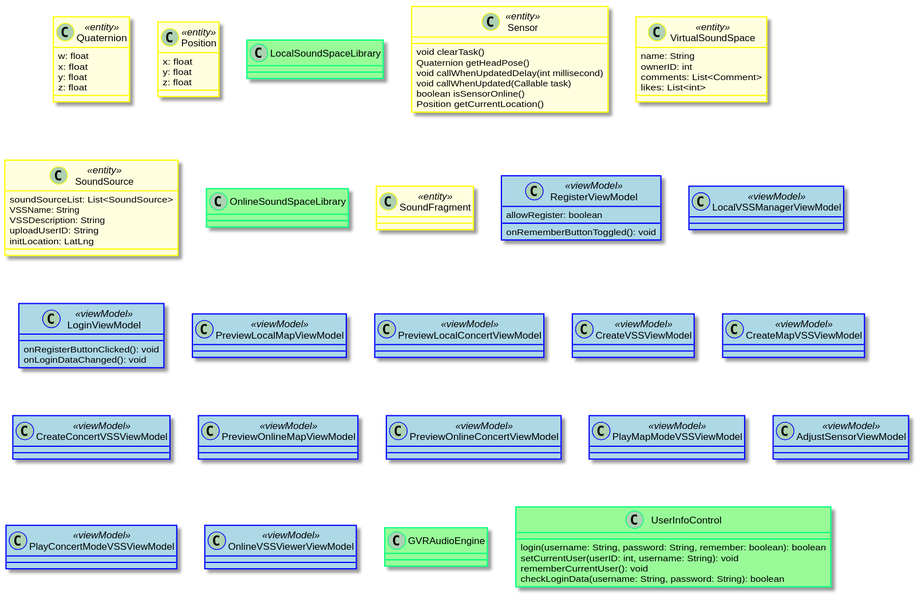
Before: 设计/Diagrams/ClassDiagram.svg, a diagram exported from PlantUML (kpp19920121/doc).
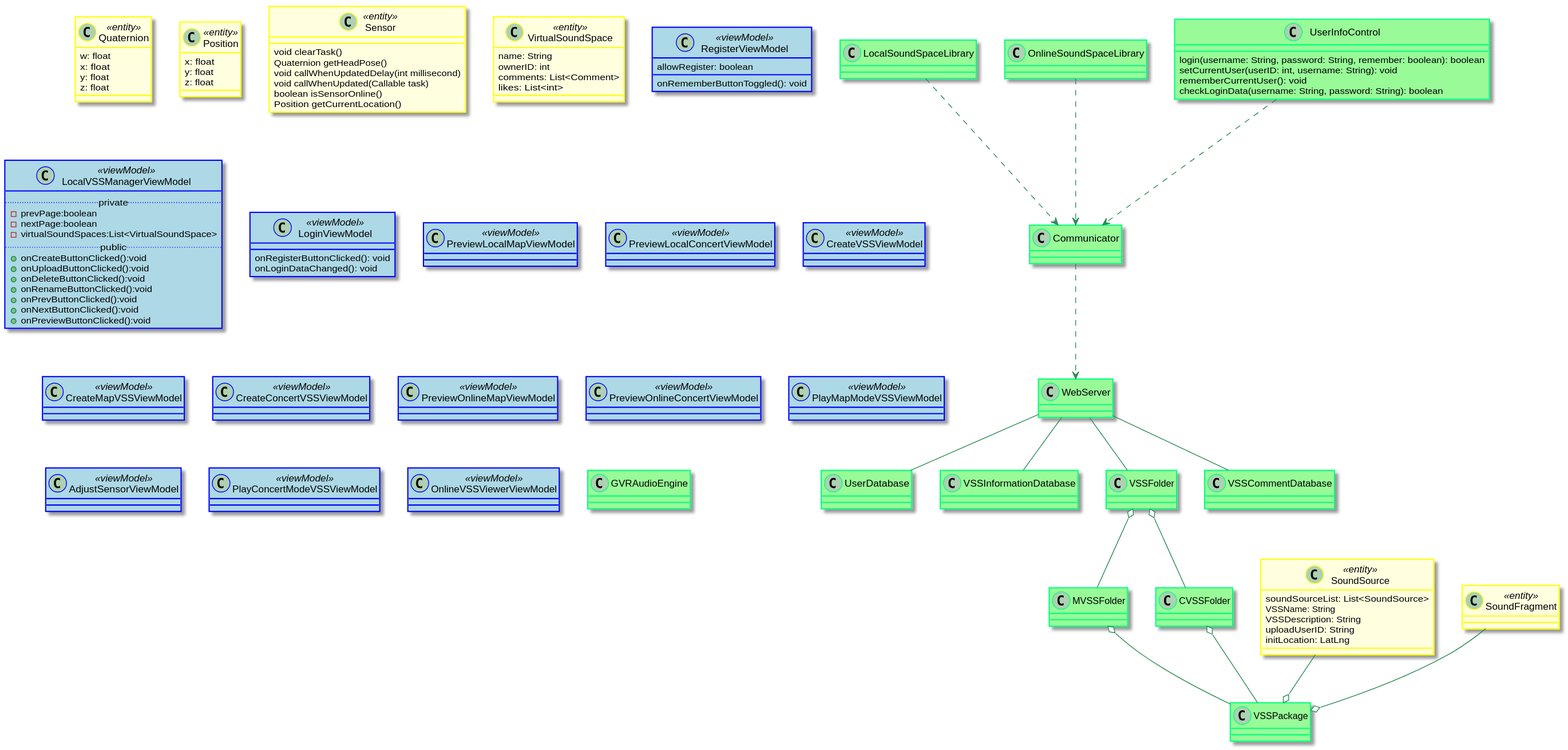
The same file after the commit.

The edit, as a diff of the source:
```diff
@@ -125,4 +125,43 @@
 	checkLoginData(username: String, password: String): boolean
 }
 
+class Communicator{
+
+}
+class WebServer{
+}
+
+class UserDatabase{
+}
+class VSSInformationDatabase{
+}
+class VSSFolder{
+}
+class VSSCommentDatabase{
+}
+class VSSPackage{
+
+}
+class MVSSFolder{
+
+}
+class CVSSFolder{
+
+}
+
+UserInfoControl ..> Communicator
+LocalSoundSpaceLibrary ..> Communicator
+OnlineSoundSpaceLibrary ..> Communicator
+
+Communicator ..> WebServer
+WebServer -- VSSInformationDatabase
+WebServer --VSSFolder
+WebServer -- UserDatabase
+WebServer -- VSSCommentDatabase
+MVSSFolder o-- VSSPackage
+CVSSFolder o-- VSSPackage
+VSSFolder o-- MVSSFolder
+VSSFolder o-- CVSSFolder
+SoundSource --o VSSPackage
+SoundFragment --o VSSPackage
 @enduml
```
